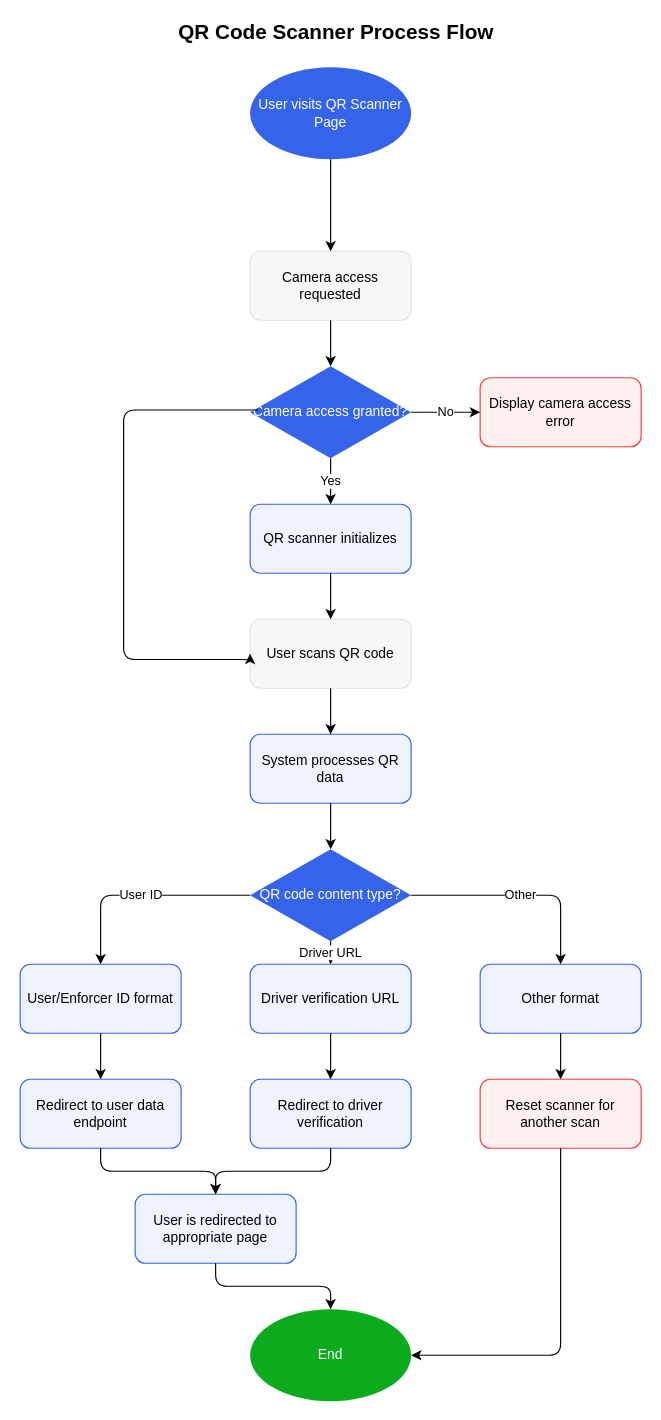
Before: qr_scanner_flowchart.drawio in PotatoLover169/CTTMO-Traffic-violation-Management-System, a draw.io diagram. Source tidied: cells renumbered, new cells numbered last; positions are measured from the earlier drawing's top-left corner, leaving out a move shared by most shapes. Both pictures are drawn from the tidied source at 115%, with x=0, y=0 at pixel (20, 21).
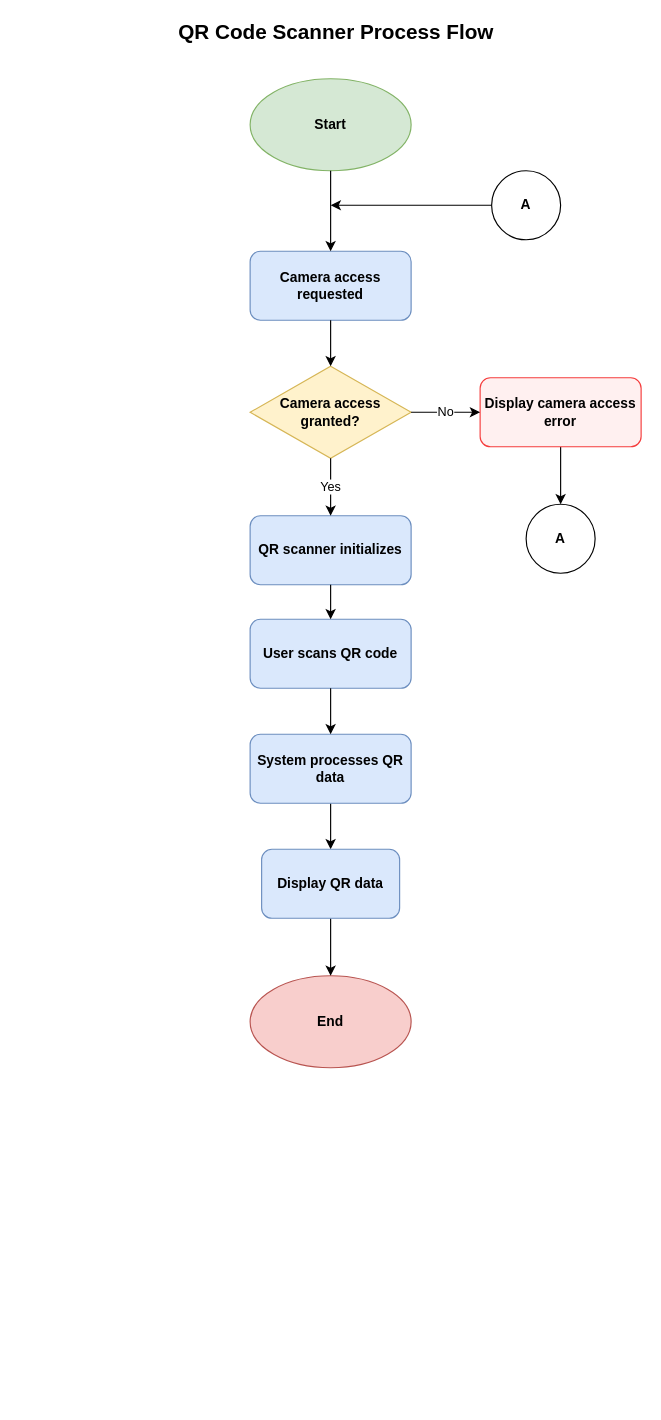
Above is the later version.

What changed in the source:
```diff
@@
-    <mxCell id="2" value="User visits QR Scanner Page" style="ellipse;whiteSpace=wrap;html=1;fillColor=#3563E9;fontColor=#FFFFFF;strokeColor=none;" parent="1" vertex="1">
-      <mxGeometry x="200" y="40" width="140" height="80" as="geometry" />
+    <mxCell id="2" value="&lt;b&gt;Start&lt;/b&gt;" style="ellipse;whiteSpace=wrap;html=1;fillColor=#d5e8d4;strokeColor=#82b366;" parent="1" vertex="1">
+      <mxGeometry x="200" y="50" width="140" height="80" as="geometry" />
     </mxCell>
-    <mxCell id="3" value="Camera access requested" style="rounded=1;whiteSpace=wrap;html=1;fillColor=#F6F7F9;strokeColor=#E0E3EB;" parent="1" vertex="1">
+    <mxCell id="3" value="&lt;b&gt;Camera access requested&lt;/b&gt;" style="rounded=1;whiteSpace=wrap;html=1;fillColor=#dae8fc;strokeColor=#6c8ebf;" parent="1" vertex="1">
       <mxGeometry x="200" y="200" width="140" height="60" as="geometry" />
     </mxCell>
-    <mxCell id="4" value="Camera access granted?" style="rhombus;whiteSpace=wrap;html=1;fillColor=#3563E9;fontColor=#FFFFFF;strokeColor=none;" parent="1" vertex="1">
+    <mxCell id="4" value="&lt;b&gt;Camera access granted?&lt;/b&gt;" style="rhombus;whiteSpace=wrap;html=1;fillColor=#fff2cc;strokeColor=#d6b656;" parent="1" vertex="1">
       <mxGeometry x="200" y="300" width="140" height="80" as="geometry" />
     </mxCell>
+    <mxCell id="37" style="edgeStyle=none;html=1;entryX=0.5;entryY=0;entryDx=0;entryDy=0;" parent="1" edge="1" source="5" target="43">
+      <mxGeometry relative="1" as="geometry" />
+    </mxCell>
-    <mxCell id="5" value="Display camera access error" style="rounded=1;whiteSpace=wrap;html=1;fillColor=#FFF0F0;strokeColor=#F53D3D;" parent="1" vertex="1">
+    <mxCell id="5" value="&lt;b&gt;Display camera access error&lt;/b&gt;" style="rounded=1;whiteSpace=wrap;html=1;fillColor=#FFF0F0;strokeColor=#F53D3D;" parent="1" vertex="1">
       <mxGeometry x="400" y="310" width="140" height="60" as="geometry" />
     </mxCell>
-    <mxCell id="6" value="QR scanner initializes" style="rounded=1;whiteSpace=wrap;html=1;fillColor=#EEF3FF;strokeColor=#3563E9;" parent="1" vertex="1">
-      <mxGeometry x="200" y="420" width="140" height="60" as="geometry" />
+    <mxCell id="6" value="&lt;b&gt;QR scanner initializes&lt;/b&gt;" style="rounded=1;whiteSpace=wrap;html=1;fillColor=#dae8fc;strokeColor=#6c8ebf;" parent="1" vertex="1">
+      <mxGeometry x="200" y="430" width="140" height="60" as="geometry" />
     </mxCell>
-    <mxCell id="7" value="User scans QR code" style="rounded=1;whiteSpace=wrap;html=1;fillColor=#F6F7F9;strokeColor=#E0E3EB;" parent="1" vertex="1">
+    <mxCell id="7" value="&lt;b&gt;User scans QR code&lt;/b&gt;" style="rounded=1;whiteSpace=wrap;html=1;fillColor=#dae8fc;strokeColor=#6c8ebf;" parent="1" vertex="1">
       <mxGeometry x="200" y="520" width="140" height="60" as="geometry" />
     </mxCell>
+    <mxCell id="38" style="edgeStyle=none;html=1;" parent="1" edge="1" source="8" target="40">
+      <mxGeometry relative="1" as="geometry" />
+    </mxCell>
-    <mxCell id="8" value="System processes QR data" style="rounded=1;whiteSpace=wrap;html=1;fillColor=#EEF3FF;strokeColor=#3563E9;" parent="1" vertex="1">
+    <mxCell id="8" value="&lt;b&gt;System processes QR data&lt;/b&gt;" style="rounded=1;whiteSpace=wrap;html=1;fillColor=#dae8fc;strokeColor=#6c8ebf;" parent="1" vertex="1">
       <mxGeometry x="200" y="620" width="140" height="60" as="geometry" />
     </mxCell>
-    <mxCell id="9" value="QR code content type?" style="rhombus;whiteSpace=wrap;html=1;fillColor=#3563E9;fontColor=#FFFFFF;strokeColor=none;" parent="1" vertex="1">
-      <mxGeometry x="200" y="720" width="140" height="80" as="geometry" />
-    </mxCell>
-    <mxCell id="10" value="User/Enforcer ID format" style="rounded=1;whiteSpace=wrap;html=1;fillColor=#EEF3FF;strokeColor=#3563E9;" parent="1" vertex="1">
-      <mxGeometry y="820" width="140" height="60" as="geometry" />
-    </mxCell>
-    <mxCell id="11" value="Driver verification URL" style="rounded=1;whiteSpace=wrap;html=1;fillColor=#EEF3FF;strokeColor=#3563E9;" parent="1" vertex="1">
-      <mxGeometry x="200" y="820" width="140" height="60" as="geometry" />
-    </mxCell>
-    <mxCell id="12" value="Other format" style="rounded=1;whiteSpace=wrap;html=1;fillColor=#EEF3FF;strokeColor=#3563E9;" parent="1" vertex="1">
-      <mxGeometry x="400" y="820" width="140" height="60" as="geometry" />
-    </mxCell>
-    <mxCell id="13" value="Redirect to user data endpoint" style="rounded=1;whiteSpace=wrap;html=1;fillColor=#EEF3FF;strokeColor=#3563E9;" parent="1" vertex="1">
-      <mxGeometry y="920" width="140" height="60" as="geometry" />
-    </mxCell>
-    <mxCell id="14" value="Redirect to driver verification" style="rounded=1;whiteSpace=wrap;html=1;fillColor=#EEF3FF;strokeColor=#3563E9;" parent="1" vertex="1">
-      <mxGeometry x="200" y="920" width="140" height="60" as="geometry" />
-    </mxCell>
-    <mxCell id="15" value="Reset scanner for another scan" style="rounded=1;whiteSpace=wrap;html=1;fillColor=#FFF0F0;strokeColor=#F53D3D;" parent="1" vertex="1">
-      <mxGeometry x="400" y="920" width="140" height="60" as="geometry" />
-    </mxCell>
-    <mxCell id="16" value="User is redirected to appropriate page" style="rounded=1;whiteSpace=wrap;html=1;fillColor=#EEF3FF;strokeColor=#3563E9;" parent="1" vertex="1">
-      <mxGeometry x="100" y="1020" width="140" height="60" as="geometry" />
-    </mxCell>
-    <mxCell id="17" value="End" style="ellipse;whiteSpace=wrap;html=1;fillColor=#0CAA1D;fontColor=#FFFFFF;strokeColor=none;" parent="1" vertex="1">
-      <mxGeometry x="200" y="1120" width="140" height="80" as="geometry" />
+    <mxCell id="17" value="&lt;b&gt;End&lt;/b&gt;" style="ellipse;whiteSpace=wrap;html=1;fillColor=#f8cecc;strokeColor=#b85450;" parent="1" vertex="1">
+      <mxGeometry x="200" y="830" width="140" height="80" as="geometry" />
     </mxCell>
@@
-    <mxCell id="24" style="endArrow=classic;html=1;exitX=0.5;exitY=1;exitDx=0;exitDy=0;entryX=0.5;entryY=0;entryDx=0;entryDy=0;" parent="1" edge="1" source="8" target="9">
-      <mxGeometry relative="1" as="geometry" />
-    </mxCell>
-    <mxCell id="25" value="User ID" style="endArrow=classic;html=1;exitX=0;exitY=0.5;exitDx=0;exitDy=0;entryX=0.5;entryY=0;entryDx=0;entryDy=0;edgeStyle=orthogonalEdgeStyle;" parent="1" edge="1" source="9" target="10">
-      <mxGeometry relative="1" as="geometry" />
-    </mxCell>
-    <mxCell id="26" value="Driver URL" style="endArrow=classic;html=1;exitX=0.5;exitY=1;exitDx=0;exitDy=0;entryX=0.5;entryY=0;entryDx=0;entryDy=0;" parent="1" edge="1" source="9" target="11">
-      <mxGeometry relative="1" as="geometry" />
-    </mxCell>
-    <mxCell id="27" value="Other" style="endArrow=classic;html=1;exitX=1;exitY=0.5;exitDx=0;exitDy=0;entryX=0.5;entryY=0;entryDx=0;entryDy=0;edgeStyle=orthogonalEdgeStyle;" parent="1" edge="1" source="9" target="12">
-      <mxGeometry relative="1" as="geometry" />
-    </mxCell>
-    <mxCell id="28" style="endArrow=classic;html=1;exitX=0.5;exitY=1;exitDx=0;exitDy=0;entryX=0.5;entryY=0;entryDx=0;entryDy=0;" parent="1" edge="1" source="10" target="13">
-      <mxGeometry relative="1" as="geometry" />
-    </mxCell>
-    <mxCell id="29" style="endArrow=classic;html=1;exitX=0.5;exitY=1;exitDx=0;exitDy=0;entryX=0.5;entryY=0;entryDx=0;entryDy=0;" parent="1" edge="1" source="11" target="14">
-      <mxGeometry relative="1" as="geometry" />
-    </mxCell>
-    <mxCell id="30" style="endArrow=classic;html=1;exitX=0.5;exitY=1;exitDx=0;exitDy=0;entryX=0.5;entryY=0;entryDx=0;entryDy=0;" parent="1" edge="1" source="12" target="15">
-      <mxGeometry relative="1" as="geometry" />
-    </mxCell>
-    <mxCell id="31" style="endArrow=classic;html=1;exitX=0.5;exitY=1;exitDx=0;exitDy=0;entryX=0.5;entryY=0;entryDx=0;entryDy=0;edgeStyle=orthogonalEdgeStyle;" parent="1" edge="1" source="13" target="16">
-      <mxGeometry relative="1" as="geometry">
-        <Array as="points">
-          <mxPoint x="70" y="1000" />
-          <mxPoint x="170" y="1000" />
-        </Array>
-      </mxGeometry>
-    </mxCell>
-    <mxCell id="32" style="endArrow=classic;html=1;exitX=0.5;exitY=1;exitDx=0;exitDy=0;entryX=0.5;entryY=0;entryDx=0;entryDy=0;edgeStyle=orthogonalEdgeStyle;" parent="1" edge="1" source="14" target="16">
-      <mxGeometry relative="1" as="geometry">
-        <Array as="points">
-          <mxPoint x="270" y="1000" />
-          <mxPoint x="170" y="1000" />
-        </Array>
-      </mxGeometry>
-    </mxCell>
-    <mxCell id="33" style="endArrow=classic;html=1;exitX=0.5;exitY=1;exitDx=0;exitDy=0;entryX=0.5;entryY=0;entryDx=0;entryDy=0;" parent="1" edge="1" source="16" target="17">
-      <mxGeometry relative="1" as="geometry">
-        <Array as="points">
-          <mxPoint x="170" y="1100" />
-          <mxPoint x="270" y="1100" />
-        </Array>
-      </mxGeometry>
-    </mxCell>
-    <mxCell id="34" style="endArrow=classic;html=1;exitX=0.5;exitY=1;exitDx=0;exitDy=0;entryX=1;entryY=0.5;entryDx=0;entryDy=0;edgeStyle=orthogonalEdgeStyle;" parent="1" edge="1" source="15" target="17">
-      <mxGeometry relative="1" as="geometry">
-        <Array as="points">
-          <mxPoint x="470" y="1160" />
-        </Array>
-      </mxGeometry>
-    </mxCell>
-    <mxCell id="35" style="endArrow=classic;html=1;exitX=0.05;exitY=0.475;exitDx=0;exitDy=0;entryX=0;entryY=0.5;entryDx=0;entryDy=0;edgeStyle=orthogonalEdgeStyle;exitPerimeter=0;" parent="1" edge="1" source="4" target="7">
-      <mxGeometry relative="1" as="geometry">
-        <Array as="points">
-          <mxPoint x="90" y="338" />
-          <mxPoint x="90" y="555" />
-          <mxPoint x="200" y="555" />
-        </Array>
-      </mxGeometry>
-    </mxCell>
@@
+    <mxCell id="39" style="edgeStyle=none;html=1;entryX=0.5;entryY=0;entryDx=0;entryDy=0;" parent="1" edge="1" source="40" target="17">
+      <mxGeometry relative="1" as="geometry" />
+    </mxCell>
+    <mxCell id="40" value="&lt;b&gt;Display QR data&lt;/b&gt;" style="whiteSpace=wrap;html=1;fillColor=#dae8fc;strokeColor=#6c8ebf;rounded=1;" parent="1" vertex="1">
+      <mxGeometry x="210" y="720" width="120" height="60" as="geometry" />
+    </mxCell>
+    <mxCell id="41" style="edgeStyle=none;html=1;" parent="1" edge="1" source="42">
+      <mxGeometry relative="1" as="geometry">
+        <mxPoint x="270" y="160" as="targetPoint" />
+      </mxGeometry>
+    </mxCell>
+    <mxCell id="42" value="&lt;b&gt;A&lt;/b&gt;" style="ellipse;whiteSpace=wrap;html=1;" parent="1" vertex="1">
+      <mxGeometry x="410" y="130" width="60" height="60" as="geometry" />
+    </mxCell>
+    <mxCell id="43" value="&lt;b&gt;A&lt;/b&gt;" style="ellipse;whiteSpace=wrap;html=1;" parent="1" vertex="1">
+      <mxGeometry x="440" y="420" width="60" height="60" as="geometry" />
+    </mxCell>
```
